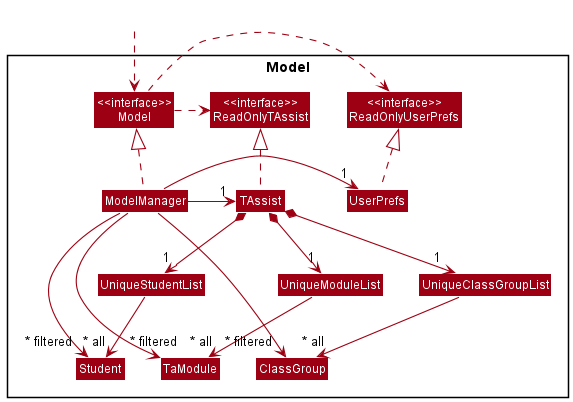
nus-cs2103-AY2122S2/tp keeps this PlantUML diagram as docs/images/ModelClassDiagram.png. Above is the earlier version.
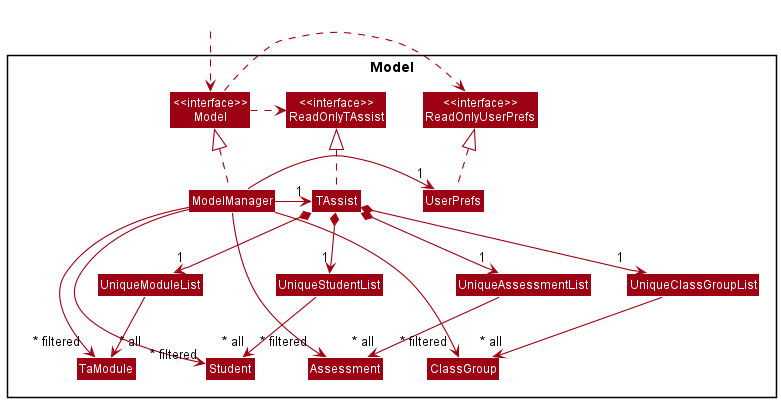
The same file after the commit.

Commit message:
Update model component to include Assessment

The edit, as a diff of the source:
```diff
@@ -20,6 +20,9 @@
 
 Class UniqueClassGroupList
 Class ClassGroup
+
+Class UniqueAssessmentList
+Class Assessment
 }
 
 Class HiddenOutside #FFFFFF
@@ -37,12 +40,15 @@
 TAssist *--> "1" UniqueStudentList
 TAssist *--> "1" UniqueModuleList
 TAssist *--> "1" UniqueClassGroupList
+TAssist *--> "1" UniqueAssessmentList
 
 UniqueStudentList --> "~* all" Student
 UniqueModuleList --> "~* all" TaModule
 UniqueClassGroupList --> "~* all" ClassGroup
+UniqueAssessmentList --> "~* all" Assessment
 
 ModelManager -->"~* filtered" Student
 ModelManager -->"~* filtered" TaModule
 ModelManager -->"~* filtered" ClassGroup
+ModelManager -->"~* filtered" Assessment
 @enduml
```
